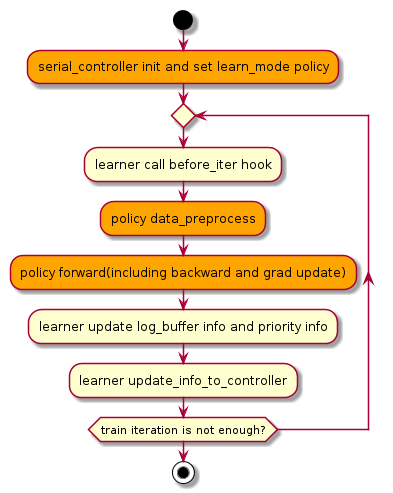
Earlier version of the PlantUML export nervex/design/serial_learner.png (opendilab/DI-engine).
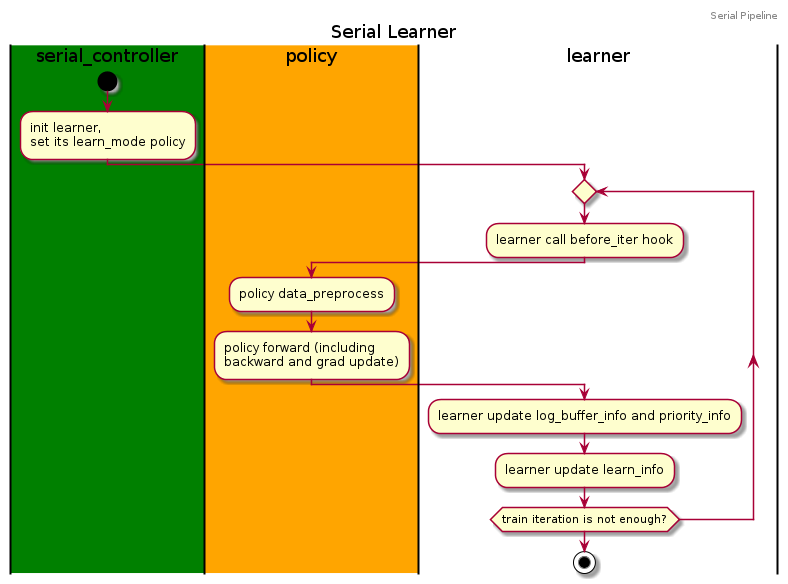
The same diagram one commit later.

Commit message:
modify serial uml

Change to the diagram source:
```diff
@@ -1,12 +1,23 @@
 @startuml
+header Serial Pipeline
+title Serial Learner
+
+|#green|serial_controller|
+|#orange|policy|
+|learner|
+
+|#green|serial_controller|
 start
-#orange:serial_controller init and set learn_mode policy;
+:init learner, \nset its learn_mode policy;
 repeat
+  |learner|
   :learner call before_iter hook;
-  #orange:policy data_preprocess;
-  #orange:policy forward(including backward and grad update);
-  :learner update log_buffer info and priority info;
-  :learner update_info_to_controller;
+  |#orange|policy|
+  :policy data_preprocess;
+  :policy forward (including \nbackward and grad update);
+  |learner|
+  :learner update log_buffer_info and priority_info;
+  :learner update learn_info;
 repeat while (train iteration is not enough?)
 stop
 @enduml
```
